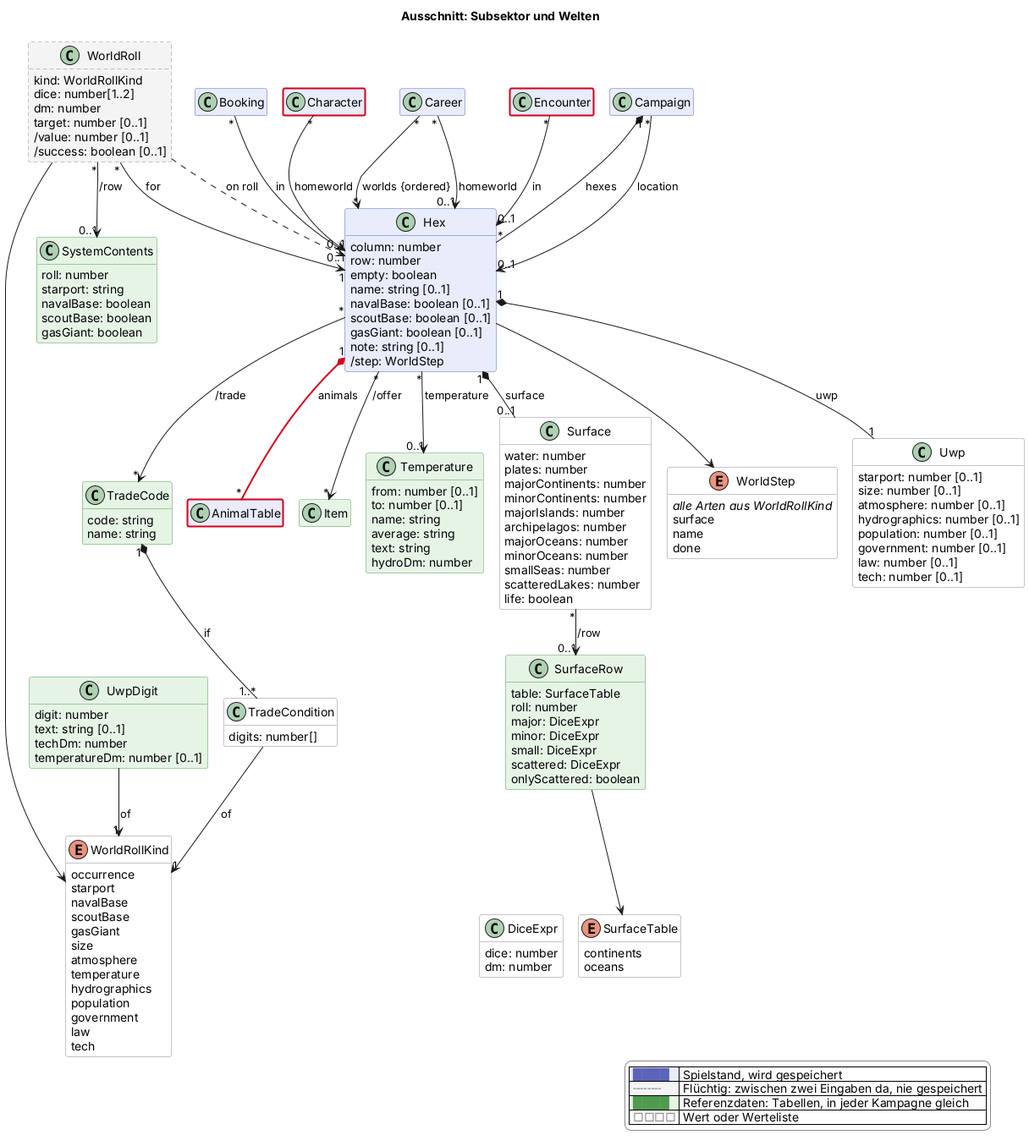
This is docs/views/sektor.png from scuzzar/SRE, a PlantUML export, as it was before one commit.
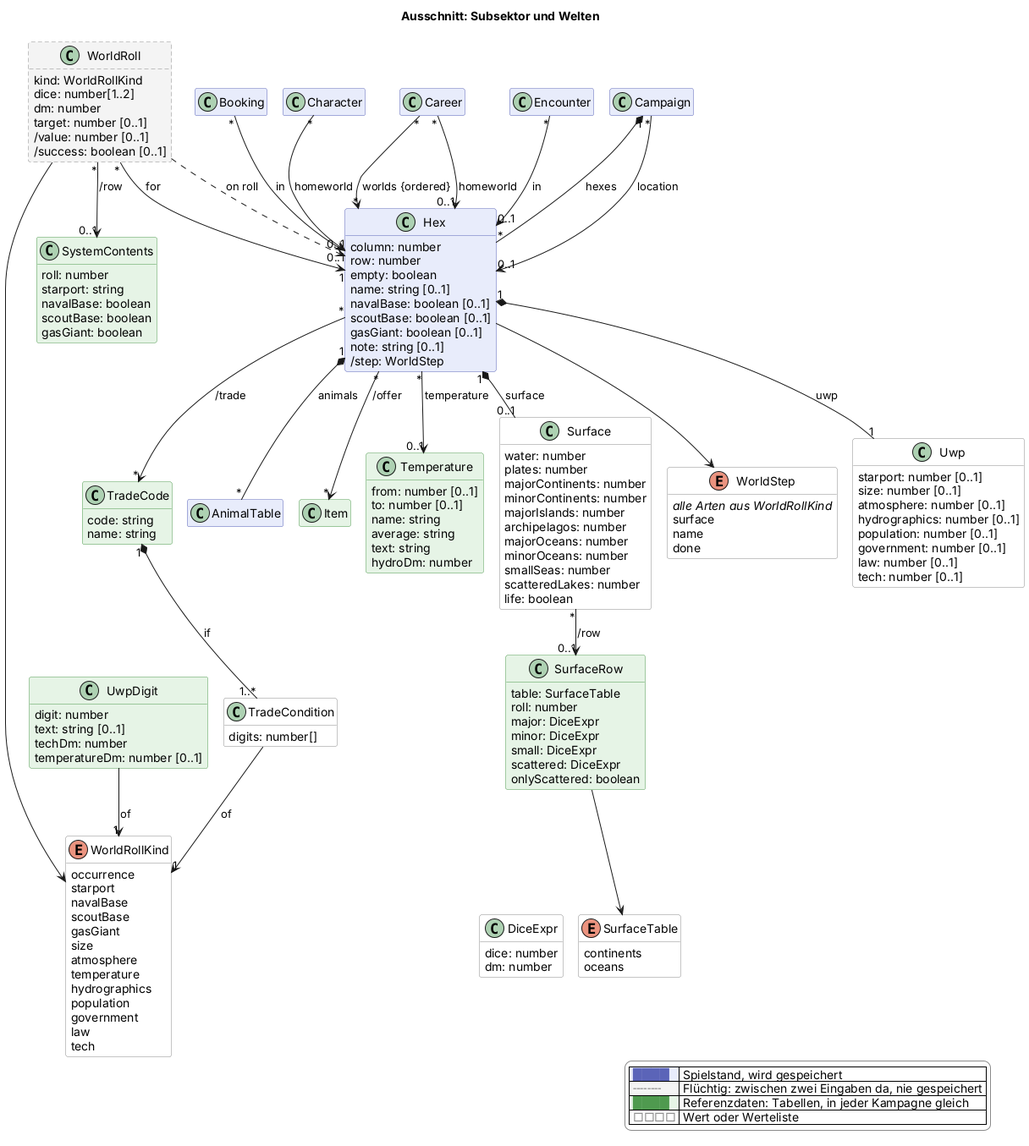
After the change.

What changed in the source:
```diff
@@ -104,7 +104,7 @@
 
 
   class Encounter $begegnung
-  class AnimalTable $begegnung $newClass("2026-11-12c")
+  class AnimalTable $begegnung
 
   class Item <<reference>> $shop
   class SystemContents <<reference>> $sektor {
@@ -218,7 +218,7 @@
 
 
 
-Hex "1" *-$newArrow("2026-11-12c")- "*" AnimalTable : animals
+Hex "1" *-- "*" AnimalTable : animals
 Encounter "*" --> "0..1" Hex : in
 
 
@@ -229,6 +229,4 @@
   |<#e6f4e6> <color:#4f9a4f>████</color> | Referenzdaten: Tabellen, in jeder Kampagne gleich |
   |<#ffffff> <color:#8a8a8a>□□□□</color> | Wert oder Werteliste |
 endlegend
-class Character #line:d0021b;line.bold
-class Encounter #line:d0021b;line.bold
 @enduml
```
